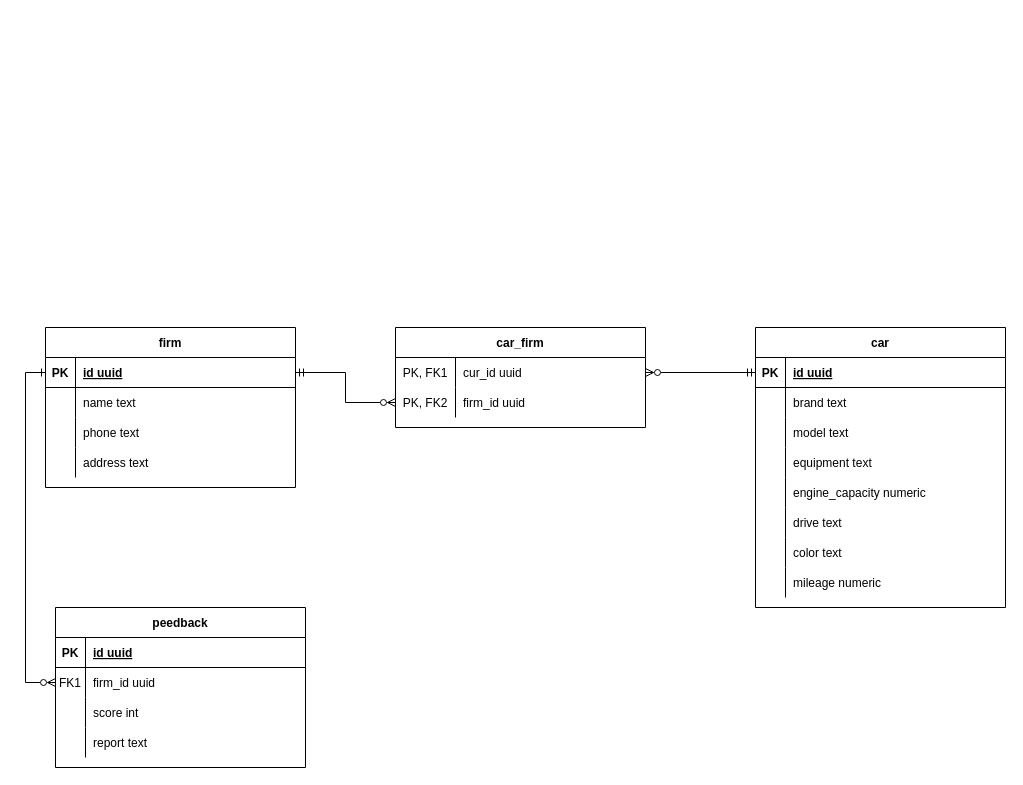
Earlier version of the draw.io diagram cars.drawio (MomusWinner/cars_crud). Source tidied: cells renumbered, new cells numbered last; positions are measured from the earlier drawing's top-left corner, leaving out a move shared by most shapes. Both pictures are drawn from the tidied source at 100%, with x=0, y=0 at pixel (45, 327).
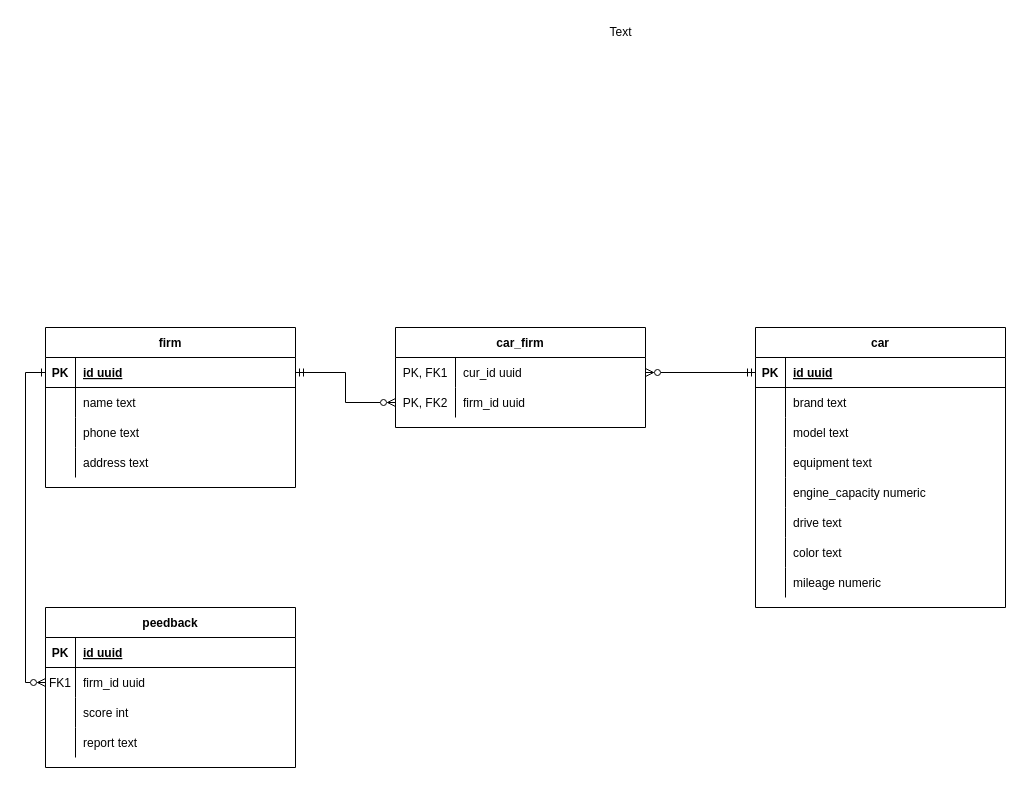
Above is the later version.

What changed in the source:
```diff
@@
     <mxCell id="40" value="peedback" style="shape=table;startSize=30;childLayout=tableLayout;rowLines=0;fontStyle=1;align=center;" parent="1" vertex="1">
-      <mxGeometry x="10" y="280" width="250" height="160" as="geometry" />
+      <mxGeometry y="280" width="250" height="160" as="geometry" />
     </mxCell>
@@
+    <mxCell id="63" value="Text" style="text;html=1;align=center;verticalAlign=middle;strokeColor=none;fillColor=none;" parent="1" vertex="1">
+      <mxGeometry x="550" y="-310" width="50" height="30" as="geometry" />
+    </mxCell>
```
